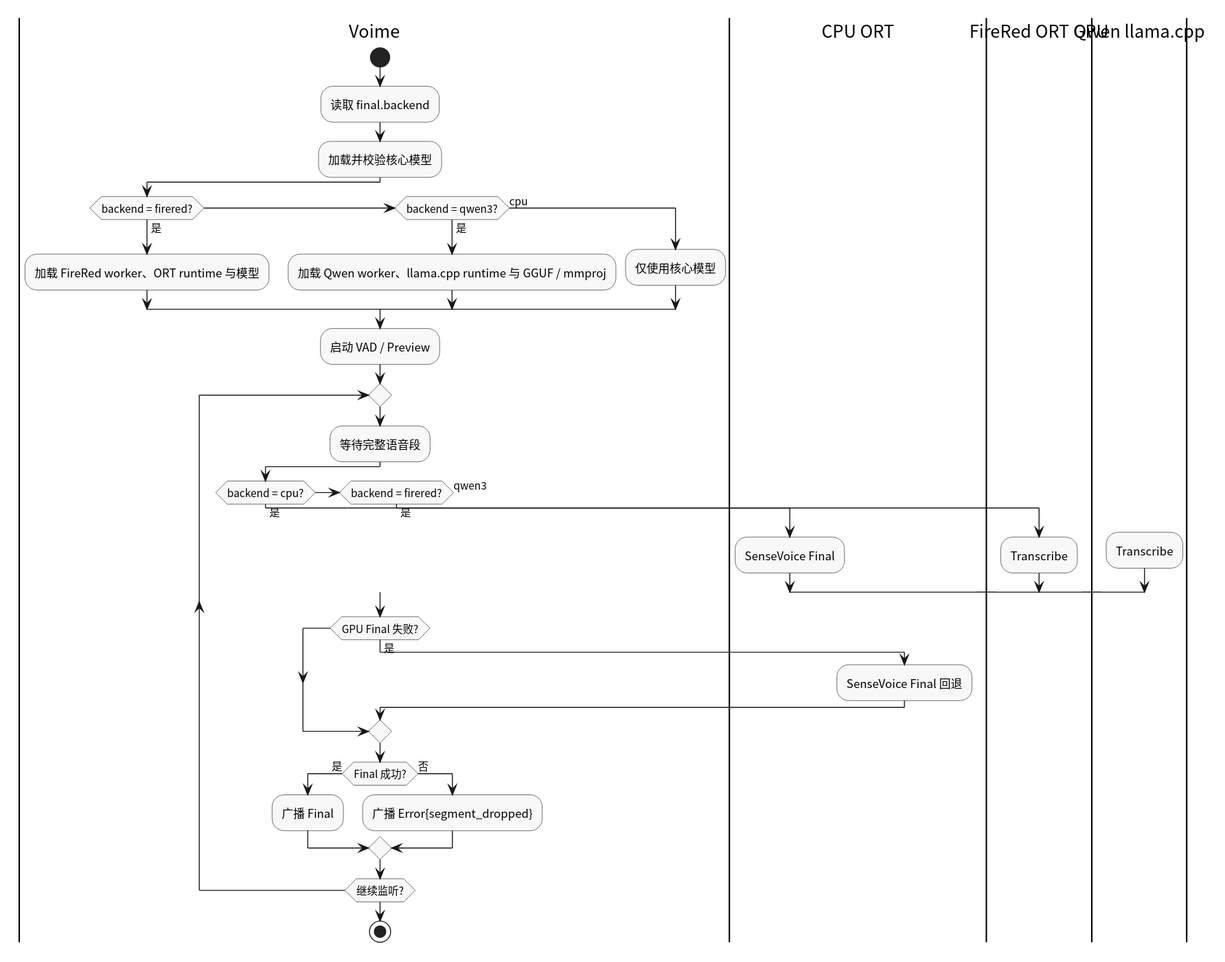
Before: diagram/provider-inference.svg, a diagram exported from PlantUML (54m43lJ/voime).
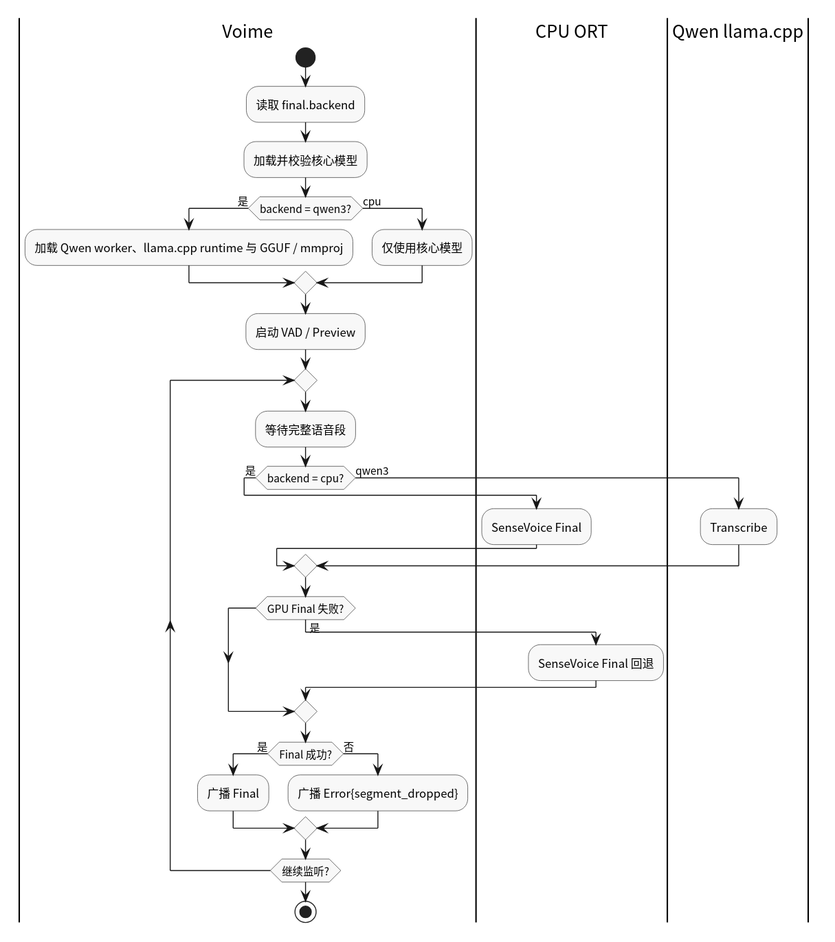
Later version of the same file.

Diff of the diagram source:
```diff
@@ -10,9 +10,7 @@
 start
 :读取 final.backend;
 :加载并校验核心模型;
-if (backend = firered?) then (是)
-  :加载 FireRed worker、ORT runtime 与模型;
-elseif (backend = qwen3?) then (是)
+if (backend = qwen3?) then (是)
   :加载 Qwen worker、llama.cpp runtime 与 GGUF / mmproj;
 else (cpu)
   :仅使用核心模型;
@@ -24,10 +22,6 @@
   if (backend = cpu?) then (是)
     |CPU ORT|
     :SenseVoice Final;
-    |Voime|
-  elseif (backend = firered?) then (是)
-    |FireRed ORT GPU|
-    :Transcribe;
     |Voime|
   else (qwen3)
     |Qwen llama.cpp|
```
